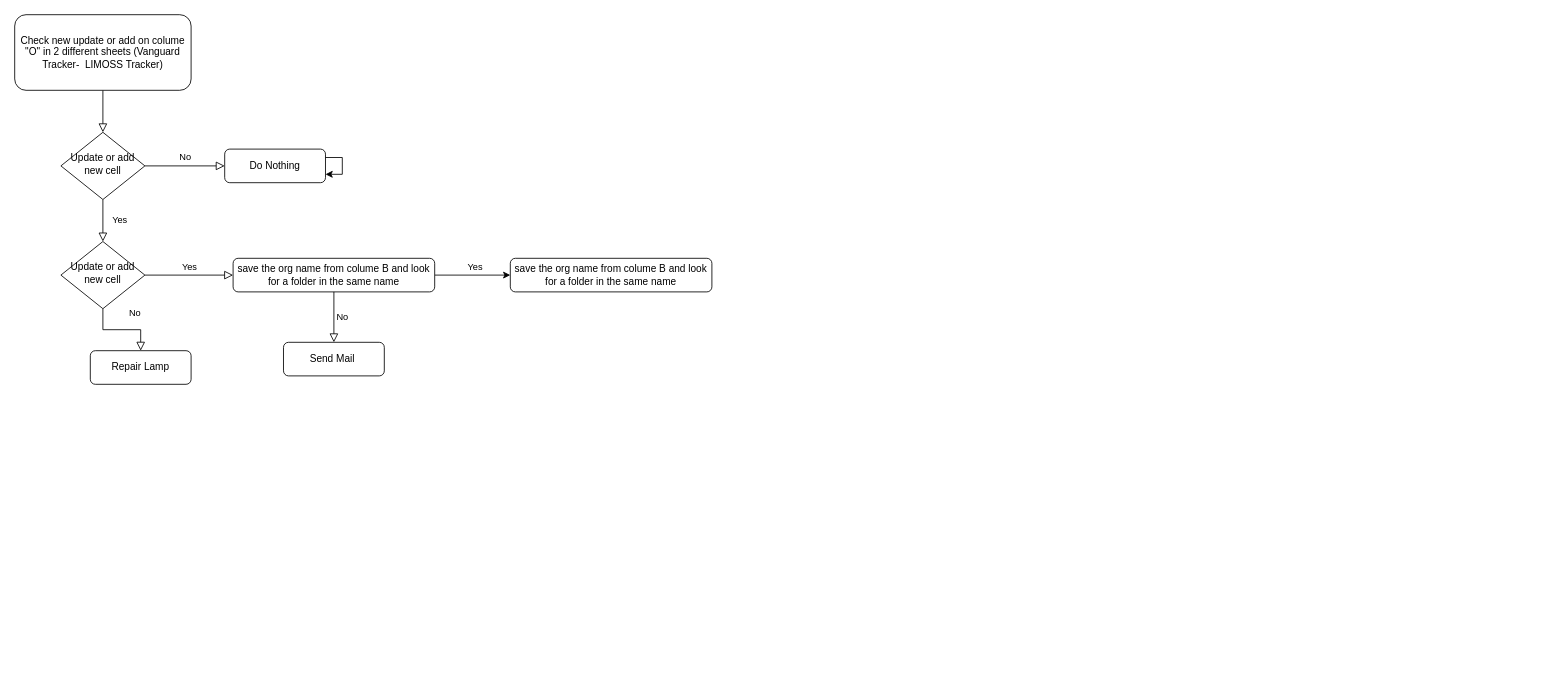
Mohamed-Ahmed1694/new_task keeps this draw.io diagram as Untitled Diagram.drawio. Above is the earlier version. Source tidied: cells renumbered, new cells numbered last; positions are measured from the earlier drawing's top-left corner, leaving out a move shared by most shapes. Both pictures are drawn from the tidied source at 84%, with x=0, y=0 at pixel (14, 14).
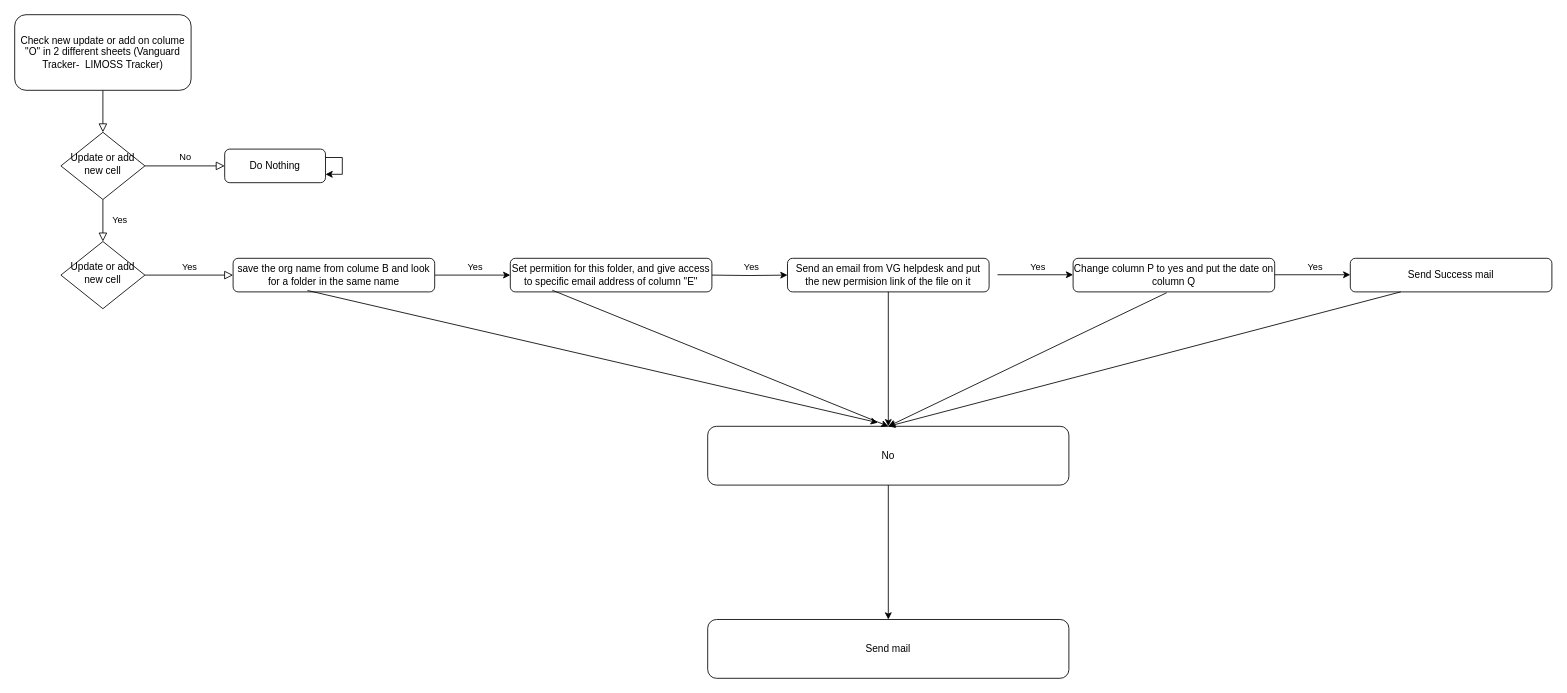
Above is the later version.

The change refers to these unchanged cells:
```xml
<mxCell id="10" value="Update or add new cell" style="rhombus;whiteSpace=wrap;html=1;shadow=0;fontFamily=Helvetica;fontSize=12;align=center;strokeWidth=1;spacing=6;spacingTop=-4;" parent="1" vertex="1">
  <mxGeometry x="55" y="270" width="100" height="80" as="geometry" />
</mxCell>
<mxCell id="14" value="save the org name from colume B and look for a folder in the same name" style="rounded=1;whiteSpace=wrap;html=1;fontSize=12;glass=0;strokeWidth=1;shadow=0;" parent="1" vertex="1">
  <mxGeometry x="260" y="290" width="240" height="40" as="geometry" />
</mxCell>
```

What changed in the source:
```diff
@@
-    <mxCell id="8" value="No" style="rounded=0;html=1;jettySize=auto;fontSize=11;endArrow=block;endFill=0;endSize=8;strokeWidth=1;shadow=0;labelBackgroundColor=none;edgeStyle=orthogonalEdgeStyle;" parent="1" edge="1" source="10" target="11">
-      <mxGeometry x="0.33" y="20" relative="1" as="geometry" />
-    </mxCell>
@@
-    <mxCell id="11" value="Repair Lamp" style="rounded=1;whiteSpace=wrap;html=1;fontSize=12;glass=0;strokeWidth=1;shadow=0;" parent="1" vertex="1">
-      <mxGeometry x="90" y="400" width="120" height="40" as="geometry" />
-    </mxCell>
@@
-    <mxCell id="15" value="save the org name from colume B and look for a folder in the same name" style="rounded=1;whiteSpace=wrap;html=1;fontSize=12;glass=0;strokeWidth=1;shadow=0;" parent="1" vertex="1">
+    <mxCell id="15" value="Set permition for this folder, and give access to specific email address of column &quot;E&quot;" style="rounded=1;whiteSpace=wrap;html=1;fontSize=12;glass=0;strokeWidth=1;shadow=0;" parent="1" vertex="1">
       <mxGeometry x="590" y="290" width="240" height="40" as="geometry" />
     </mxCell>
@@
+    <mxCell id="18" value="No" style="rounded=1;whiteSpace=wrap;html=1;fontSize=12;glass=0;strokeWidth=1;shadow=0;" parent="1" vertex="1">
+      <mxGeometry x="825" y="490" width="430" height="70" as="geometry" />
+    </mxCell>
+    <mxCell id="19" style="edgeStyle=orthogonalEdgeStyle;rounded=0;jettySize=auto;html=1;" parent="1" edge="1" target="21">
+      <mxGeometry relative="1" as="geometry">
+        <mxPoint x="830" y="310" as="sourcePoint" />
+      </mxGeometry>
+    </mxCell>
+    <mxCell id="20" value="Yes" style="edgeLabel;html=1;align=center;verticalAlign=middle;" parent="19" vertex="1">
+      <mxGeometry x="0.04" y="2" relative="1" as="geometry">
+        <mxPoint y="-8" as="offset" />
+      </mxGeometry>
+    </mxCell>
+    <mxCell id="21" value="Send an email from VG helpdesk and put the new permision link of the file on it" style="rounded=1;whiteSpace=wrap;html=1;fontSize=12;glass=0;strokeWidth=1;shadow=0;" parent="1" vertex="1">
+      <mxGeometry x="920" y="290" width="240" height="40" as="geometry" />
+    </mxCell>
+    <mxCell id="22" value="Change column P to yes and put the date on column Q" style="rounded=1;whiteSpace=wrap;html=1;fontSize=12;glass=0;strokeWidth=1;shadow=0;" parent="1" vertex="1">
+      <mxGeometry x="1260" y="290" width="240" height="40" as="geometry" />
+    </mxCell>
+    <mxCell id="23" style="edgeStyle=orthogonalEdgeStyle;rounded=0;orthogonalLoop=1;jettySize=auto;html=1;" parent="1" edge="1">
+      <mxGeometry relative="1" as="geometry">
+        <mxPoint x="1170" y="309.6" as="sourcePoint" />
+        <mxPoint x="1260" y="309.6" as="targetPoint" />
+      </mxGeometry>
+    </mxCell>
+    <mxCell id="24" value="Yes" style="edgeLabel;html=1;align=center;verticalAlign=middle;" parent="23" vertex="1">
+      <mxGeometry x="0.04" y="2" relative="1" as="geometry">
+        <mxPoint y="-8" as="offset" />
+      </mxGeometry>
+    </mxCell>
+    <mxCell id="25" value="Send Success mail" style="rounded=1;whiteSpace=wrap;html=1;fontSize=12;glass=0;strokeWidth=1;shadow=0;" parent="1" vertex="1">
+      <mxGeometry x="1590" y="290" width="240" height="40" as="geometry" />
+    </mxCell>
+    <mxCell id="26" style="edgeStyle=orthogonalEdgeStyle;rounded=0;orthogonalLoop=1;jettySize=auto;html=1;" parent="1" edge="1">
+      <mxGeometry relative="1" as="geometry">
+        <mxPoint x="1500" y="309.6" as="sourcePoint" />
+        <mxPoint x="1590" y="309.6" as="targetPoint" />
+      </mxGeometry>
+    </mxCell>
+    <mxCell id="27" value="Yes" style="edgeLabel;html=1;align=center;verticalAlign=middle;" parent="26" vertex="1">
+      <mxGeometry x="0.04" y="2" relative="1" as="geometry">
+        <mxPoint y="-8" as="offset" />
+      </mxGeometry>
+    </mxCell>
+    <mxCell id="28" style="endArrow=classic;html=1;rounded=0;exitX=0.5;exitY=1;exitDx=0;exitDy=0;entryX=0.5;entryY=0;entryDx=0;entryDy=0;" parent="1" edge="1" source="21" target="18">
+      <mxGeometry relative="1" as="geometry" />
+    </mxCell>
+    <mxCell id="29" style="endArrow=classic;html=1;rounded=0;exitX=0.464;exitY=1.025;exitDx=0;exitDy=0;exitPerimeter=0;" parent="1" edge="1" source="22">
+      <mxGeometry relative="1" as="geometry">
+        <mxPoint x="1040" y="490" as="targetPoint" />
+      </mxGeometry>
+    </mxCell>
+    <mxCell id="30" style="endArrow=classic;html=1;rounded=0;exitX=0.25;exitY=1;exitDx=0;exitDy=0;entryX=0.5;entryY=0;entryDx=0;entryDy=0;" parent="1" edge="1" source="25" target="18">
+      <mxGeometry relative="1" as="geometry" />
+    </mxCell>
-    <mxCell id="17" value="No" style="edgeStyle=orthogonalEdgeStyle;rounded=0;html=1;jettySize=auto;fontSize=11;endArrow=block;endFill=0;endSize=8;strokeWidth=1;shadow=0;labelBackgroundColor=none;exitX=0.5;exitY=1;exitDx=0;exitDy=0;" parent="1" edge="1" source="14" target="18">
-      <mxGeometry y="10" relative="1" as="geometry" />
+    <mxCell id="17" style="endArrow=classic;html=1;rounded=0;exitX=0.369;exitY=0.958;exitDx=0;exitDy=0;exitPerimeter=0;entryX=0.471;entryY=-0.062;entryDx=0;entryDy=0;entryPerimeter=0;" parent="1" edge="1" source="14" target="18">
+      <mxGeometry relative="1" as="geometry" />
     </mxCell>
-    <mxCell id="18" value="Send Mail&amp;nbsp;" style="rounded=1;whiteSpace=wrap;html=1;fontSize=12;glass=0;strokeWidth=1;shadow=0;" parent="1" vertex="1">
-      <mxGeometry x="320" y="390" width="120" height="40" as="geometry" />
-    </mxCell>
+    <mxCell id="31" style="endArrow=classic;html=1;rounded=0;exitX=0.369;exitY=0.958;exitDx=0;exitDy=0;exitPerimeter=0;" parent="1" edge="1">
+      <mxGeometry relative="1" as="geometry">
+        <mxPoint x="640" y="328" as="sourcePoint" />
+        <mxPoint x="1040" y="490" as="targetPoint" />
+      </mxGeometry>
+    </mxCell>
+    <mxCell id="32" value="Send mail" style="rounded=1;whiteSpace=wrap;html=1;fontSize=12;glass=0;strokeWidth=1;shadow=0;" parent="1" vertex="1">
+      <mxGeometry x="825" y="720" width="430" height="70" as="geometry" />
+    </mxCell>
+    <mxCell id="33" style="endArrow=classic;html=1;rounded=0;exitX=0.5;exitY=1;exitDx=0;exitDy=0;entryX=0.5;entryY=0;entryDx=0;entryDy=0;" parent="1" edge="1" target="32">
+      <mxGeometry relative="1" as="geometry">
+        <mxPoint x="1040" y="560" as="sourcePoint" />
+      </mxGeometry>
+    </mxCell>
```
